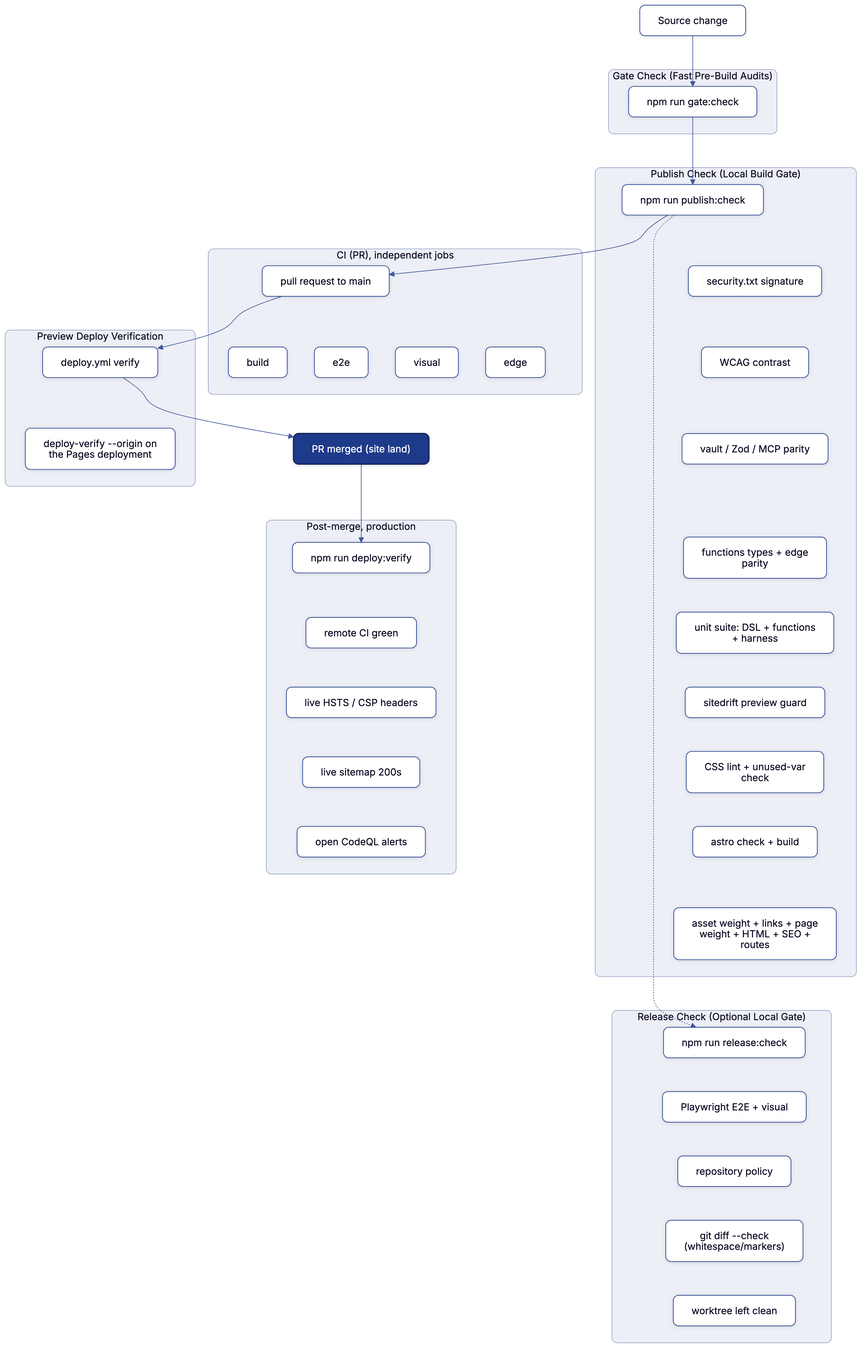
The Mermaid diagram docs/diagrams/gate-ladder.png in joeseverino/jseverino.com, before a commit. Its source is kept beside it as docs/diagrams/gate-ladder.mmd.
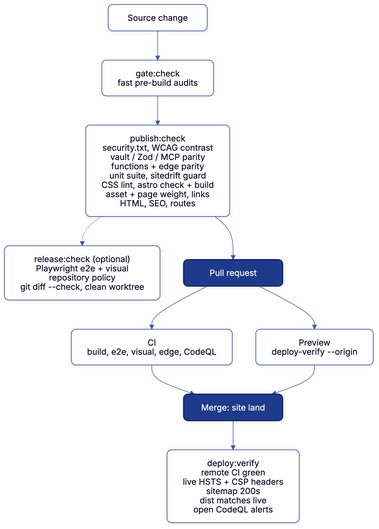
The same diagram one commit later.

What changed in the source:
```diff
@@ -1,68 +1,14 @@
 %%{init: { "htmlLabels": false } }%%
 flowchart TB
-    A["Source change"] --> G0
-    G0 --> B
-    B --> CI0
-    B -.-> C
-    CI0 --> P
-    P --> D["PR merged (site land)"]
-    D --> E
-
-    subgraph fast ["Gate Check (Fast Pre-Build Audits)"]
-        G0["npm run gate:check"]
-    end
-
-    subgraph publish ["Publish Check (Local Build Gate)"]
-        B["npm run publish:check"]
-        B1["security.txt signature"]
-        B2["WCAG contrast"]
-        B3["vault / Zod / MCP parity"]
-        B9["functions types + edge parity"]
-        B8["unit suite: DSL + functions + harness"]
-        B4["sitedrift preview guard"]
-        B5["CSS lint + unused-var check"]
-        B6["astro check + build"]
-        B7["asset weight + links + page weight + HTML + SEO + routes"]
-    end
-
-    subgraph release ["Release Check (Optional Local Gate)"]
-        C["npm run release:check"]
-        C1["Playwright E2E + visual"]
-        C2["repository policy"]
-        C3["git diff --check (whitespace/markers)"]
-        C4["worktree left clean"]
-    end
-
-    subgraph ci ["CI (PR), independent jobs"]
-        CI0["pull request to main"]
-        CI1["build"]
-        CI2["e2e"]
-        CI3["visual"]
-        CI4["edge"]
-    end
-
-    subgraph preview ["Preview Deploy Verification"]
-        P["deploy.yml verify"]
-        P1["deploy-verify --origin on the Pages deployment"]
-    end
-
-    subgraph deploy ["Post-merge, production"]
-        E["npm run deploy:verify"]
-        E1["remote CI green"]
-        E2["live HSTS / CSP headers"]
-        E3["live sitemap 200s"]
-        E4["open CodeQL alerts"]
-    end
-
-    B ~~~ B1 ~~~ B2 ~~~ B3 ~~~ B9 ~~~ B8 ~~~ B4 ~~~ B5 ~~~ B6 ~~~ B7
-    B7 ~~~ C
-    C ~~~ C1 ~~~ C2 ~~~ C3 ~~~ C4
-    CI0 ~~~ CI1
-    CI0 ~~~ CI2
-    CI0 ~~~ CI3
-    CI0 ~~~ CI4
-    P ~~~ P1
-    E ~~~ E1 ~~~ E2 ~~~ E3 ~~~ E4
+    A["Source change"] --> G["gate:check<br/>fast pre-build audits"]
+    G --> B["publish:check<br/>security.txt, WCAG contrast<br/>vault / Zod / MCP parity<br/>functions + edge parity<br/>unit suite, sitedrift guard<br/>CSS lint, astro check + build<br/>asset + page weight, links<br/>HTML, SEO, routes"]
+    B -.-> C["release:check (optional)<br/>Playwright e2e + visual<br/>repository policy<br/>git diff --check, clean worktree"]
+    B --> PR["Pull request"]
+    PR --> CI["CI<br/>build, e2e, visual, edge, CodeQL"]
+    PR --> PV["Preview<br/>deploy-verify --origin"]
+    CI --> M["Merge: site land"]
+    PV --> M
+    M --> E["deploy:verify<br/>remote CI green<br/>live HSTS + CSP headers<br/>sitemap 200s<br/>dist matches live<br/>open CodeQL alerts"]
 
     classDef anchor stroke-width:2px;
-    class D anchor;
+    class PR,M anchor;
```
